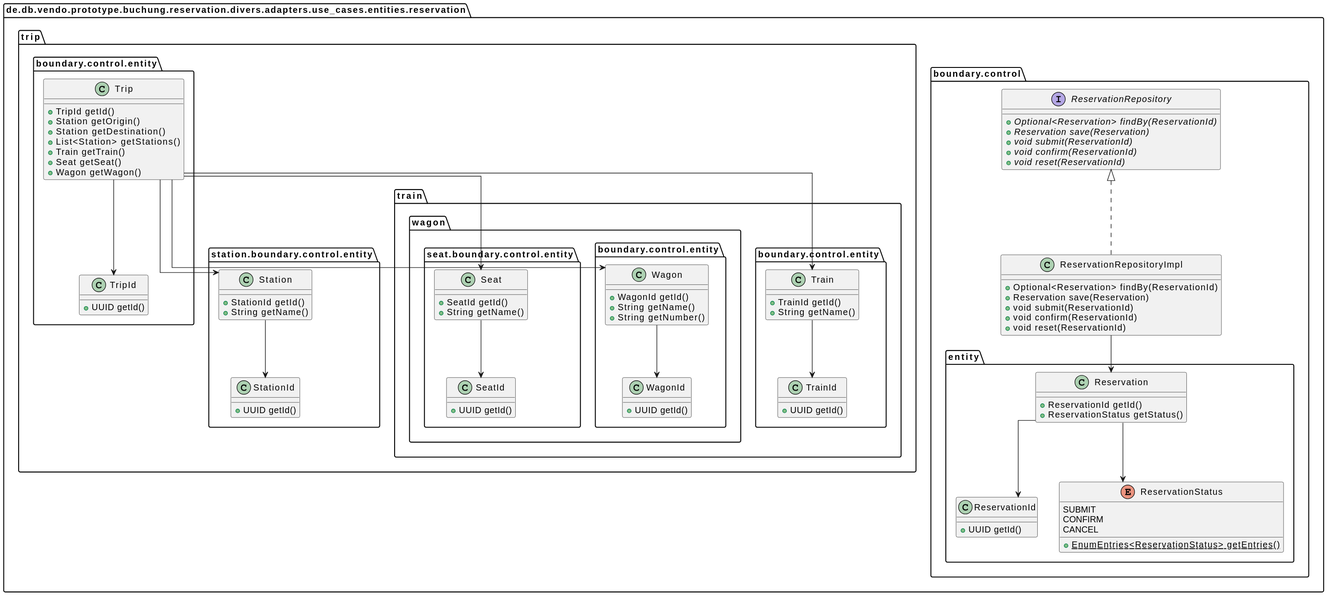
punkratz312/reservation-proto keeps this PlantUML diagram as doc/uml/svg/er-model.svg. Above is the earlier version.
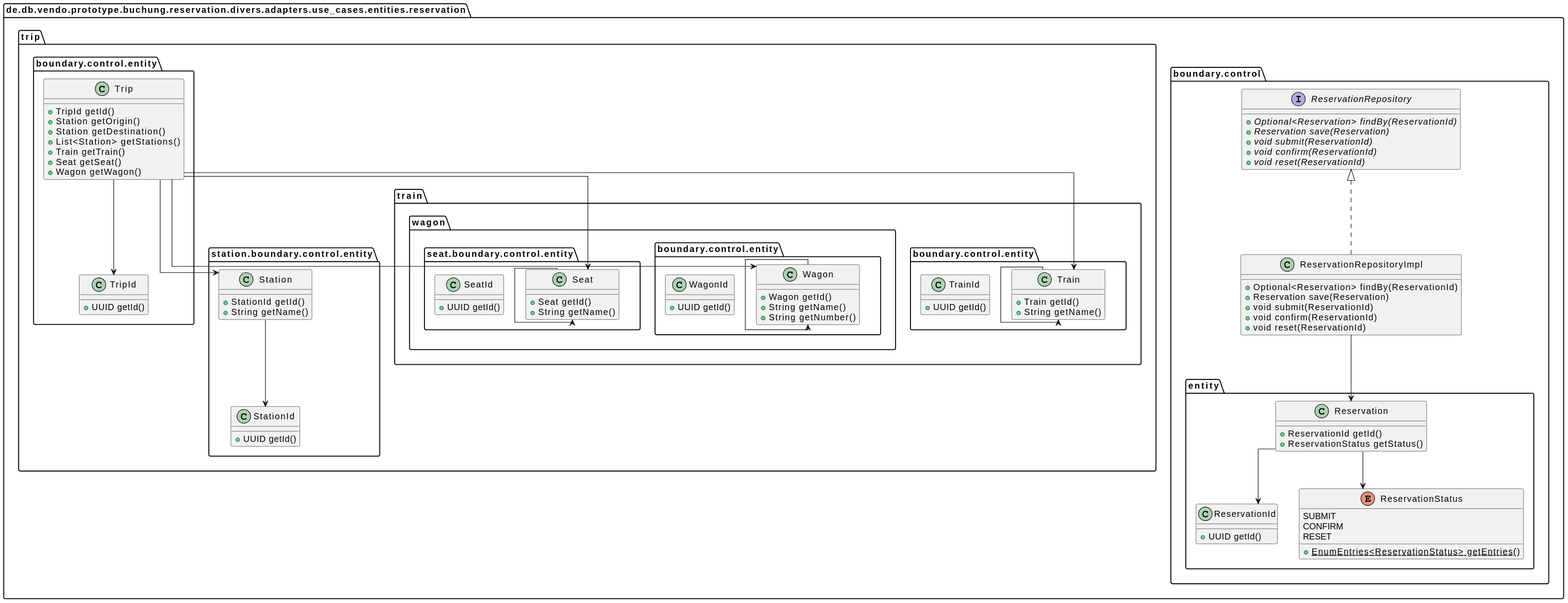
The same diagram one commit later.

What changed in the source:
```diff
@@ -27,7 +27,7 @@
 enum "ReservationStatus" as de.db.vendo.prototype.buchung.reservation.divers.adapters.use_cases.entities.reservation.boundary.control.entity.ReservationStatus {
   SUBMIT
   CONFIRM
-  CANCEL
+  RESET
   __
   + {static}EnumEntries<ReservationStatus> getEntries()
 }
@@ -51,14 +51,14 @@
   +UUID getId()
 }
 class "Train" as de.db.vendo.prototype.buchung.reservation.divers.adapters.use_cases.entities.reservation.trip.train.boundary.control.entity.Train {
-  +TrainId getId()
+  +Train getId()
   +String getName()
 }
 class "TrainId" as de.db.vendo.prototype.buchung.reservation.divers.adapters.use_cases.entities.reservation.trip.train.boundary.control.entity.TrainId {
   +UUID getId()
 }
 class "Wagon" as de.db.vendo.prototype.buchung.reservation.divers.adapters.use_cases.entities.reservation.trip.train.wagon.boundary.control.entity.Wagon {
-  +WagonId getId()
+  +Wagon getId()
   +String getName()
   +String getNumber()
 }
@@ -66,7 +66,7 @@
   +UUID getId()
 }
 class "Seat" as de.db.vendo.prototype.buchung.reservation.divers.adapters.use_cases.entities.reservation.trip.train.wagon.seat.boundary.control.entity.Seat {
-  +SeatId getId()
+  +Seat getId()
   +String getName()
 }
 class "SeatId" as de.db.vendo.prototype.buchung.reservation.divers.adapters.use_cases.entities.reservation.trip.train.wagon.seat.boundary.control.entity.SeatId {
@@ -82,7 +82,7 @@
 de.db.vendo.prototype.buchung.reservation.divers.adapters.use_cases.entities.reservation.trip.boundary.control.entity.Trip --> de.db.vendo.prototype.buchung.reservation.divers.adapters.use_cases.entities.reservation.trip.train.boundary.control.entity.Train
 de.db.vendo.prototype.buchung.reservation.divers.adapters.use_cases.entities.reservation.trip.boundary.control.entity.Trip --> de.db.vendo.prototype.buchung.reservation.divers.adapters.use_cases.entities.reservation.trip.train.wagon.boundary.control.entity.Wagon
 de.db.vendo.prototype.buchung.reservation.divers.adapters.use_cases.entities.reservation.trip.station.boundary.control.entity.Station --> de.db.vendo.prototype.buchung.reservation.divers.adapters.use_cases.entities.reservation.trip.station.boundary.control.entity.StationId
-de.db.vendo.prototype.buchung.reservation.divers.adapters.use_cases.entities.reservation.trip.train.boundary.control.entity.Train --> de.db.vendo.prototype.buchung.reservation.divers.adapters.use_cases.entities.reservation.trip.train.boundary.control.entity.TrainId
-de.db.vendo.prototype.buchung.reservation.divers.adapters.use_cases.entities.reservation.trip.train.wagon.boundary.control.entity.Wagon --> de.db.vendo.prototype.buchung.reservation.divers.adapters.use_cases.entities.reservation.trip.train.wagon.boundary.control.entity.WagonId
-de.db.vendo.prototype.buchung.reservation.divers.adapters.use_cases.entities.reservation.trip.train.wagon.seat.boundary.control.entity.Seat --> de.db.vendo.prototype.buchung.reservation.divers.adapters.use_cases.entities.reservation.trip.train.wagon.seat.boundary.control.entity.SeatId
+de.db.vendo.prototype.buchung.reservation.divers.adapters.use_cases.entities.reservation.trip.train.boundary.control.entity.Train --> de.db.vendo.prototype.buchung.reservation.divers.adapters.use_cases.entities.reservation.trip.train.boundary.control.entity.Train
+de.db.vendo.prototype.buchung.reservation.divers.adapters.use_cases.entities.reservation.trip.train.wagon.boundary.control.entity.Wagon --> de.db.vendo.prototype.buchung.reservation.divers.adapters.use_cases.entities.reservation.trip.train.wagon.boundary.control.entity.Wagon
+de.db.vendo.prototype.buchung.reservation.divers.adapters.use_cases.entities.reservation.trip.train.wagon.seat.boundary.control.entity.Seat --> de.db.vendo.prototype.buchung.reservation.divers.adapters.use_cases.entities.reservation.trip.train.wagon.seat.boundary.control.entity.Seat
 @enduml
```
